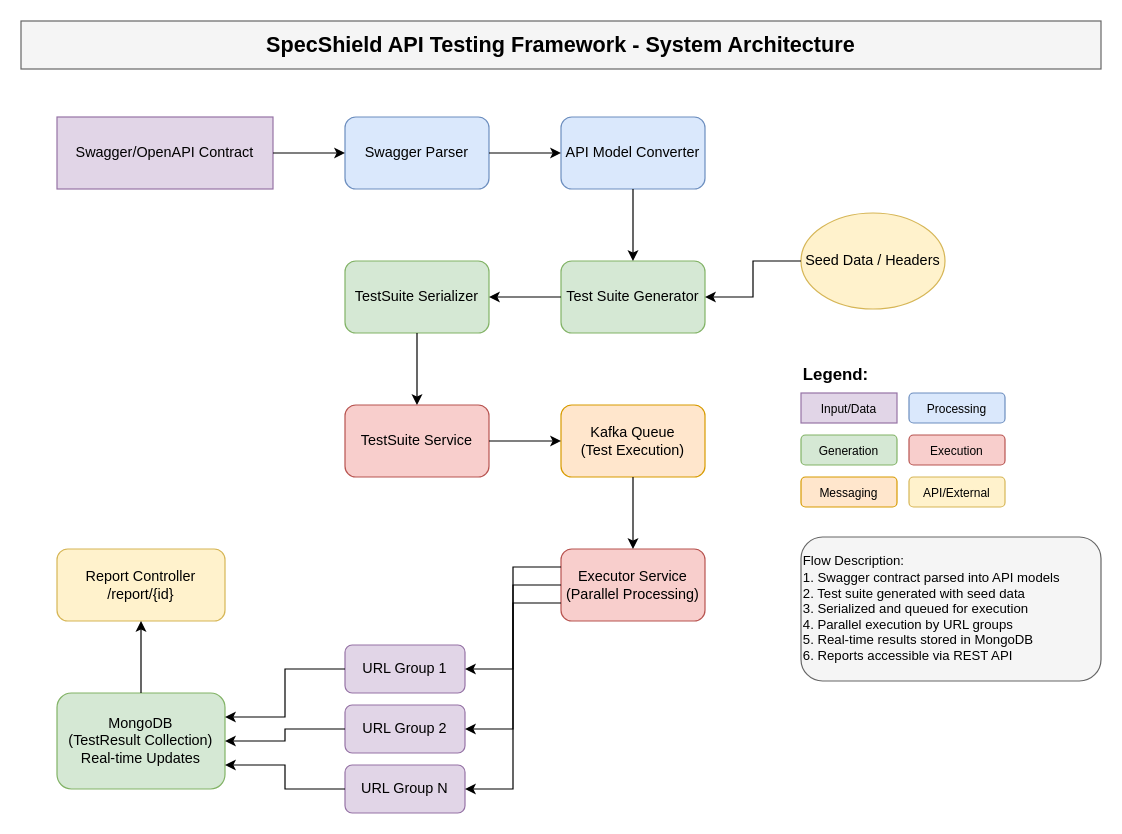
Earlier version of the draw.io diagram diagrams/SpecShieldArchitecture.drawio (Snagsvkrv/SpecShield). Source tidied: cells renumbered, new cells numbered last; positions are measured from the earlier drawing's top-left corner, leaving out a move shared by most shapes. Both pictures are drawn from the tidied source at 120%, with x=0, y=0 at pixel (20, 20).
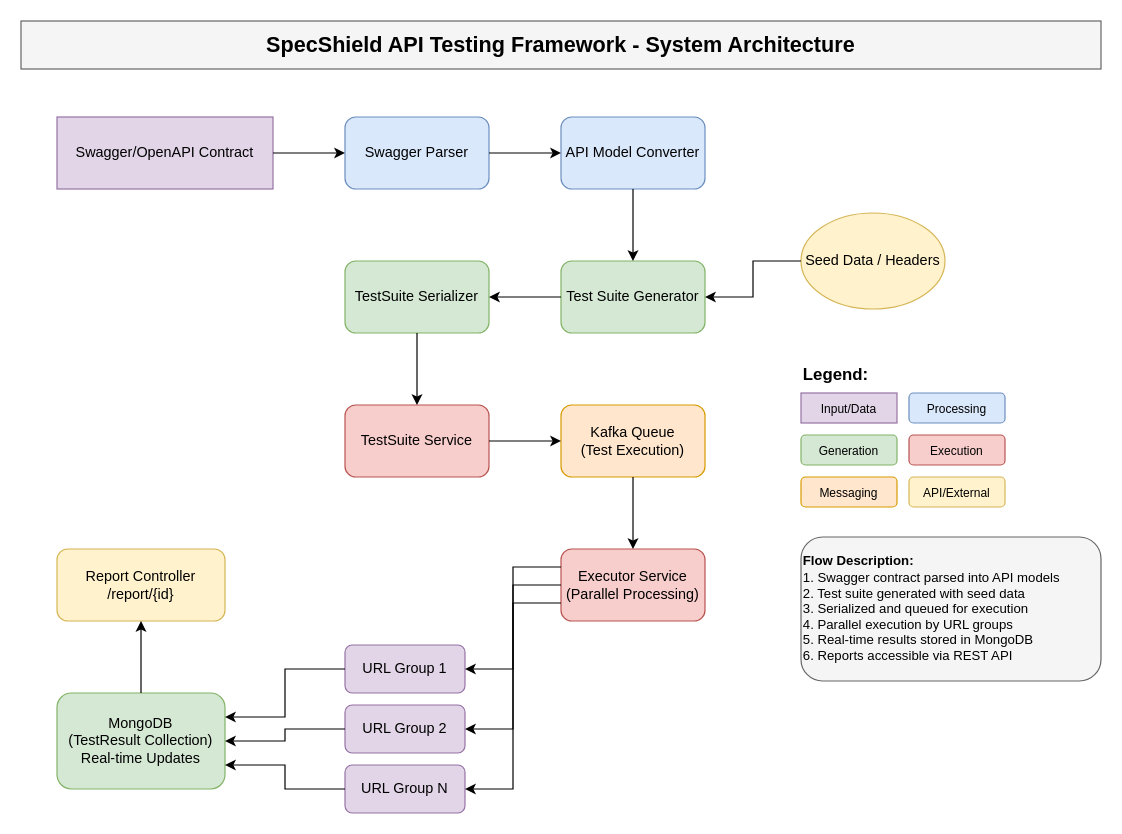
Above is the later version.

Commit message:
github workflows

Diff of the diagram source:
```diff
@@
-    <mxCell id="39" value="Flow Description:&#10;1. Swagger contract parsed into API models&#10;2. Test suite generated with seed data&#10;3. Serialized and queued for execution&#10;4. Parallel execution by URL groups&#10;5. Real-time results stored in MongoDB&#10;6. Reports accessible via REST API" style="rounded=1;whiteSpace=wrap;html=1;fillColor=#f5f5f5;strokeColor=#666666;align=left;fontSize=11;" parent="1" vertex="1">
+    <mxCell id="39" value="&lt;b&gt;Flow Description:&lt;/b&gt;&lt;br&gt;1. Swagger contract parsed into API models&lt;br&gt;2. Test suite generated with seed data&lt;br&gt;3. Serialized and queued for execution&lt;br&gt;4. Parallel execution by URL groups&lt;br&gt;5. Real-time results stored in MongoDB&lt;br&gt;6. Reports accessible via REST API" style="rounded=1;whiteSpace=wrap;html=1;fillColor=#f5f5f5;strokeColor=#666666;align=left;fontSize=11;" parent="1" vertex="1">
       <mxGeometry x="650" y="430" width="250" height="120" as="geometry" />
     </mxCell>
```
